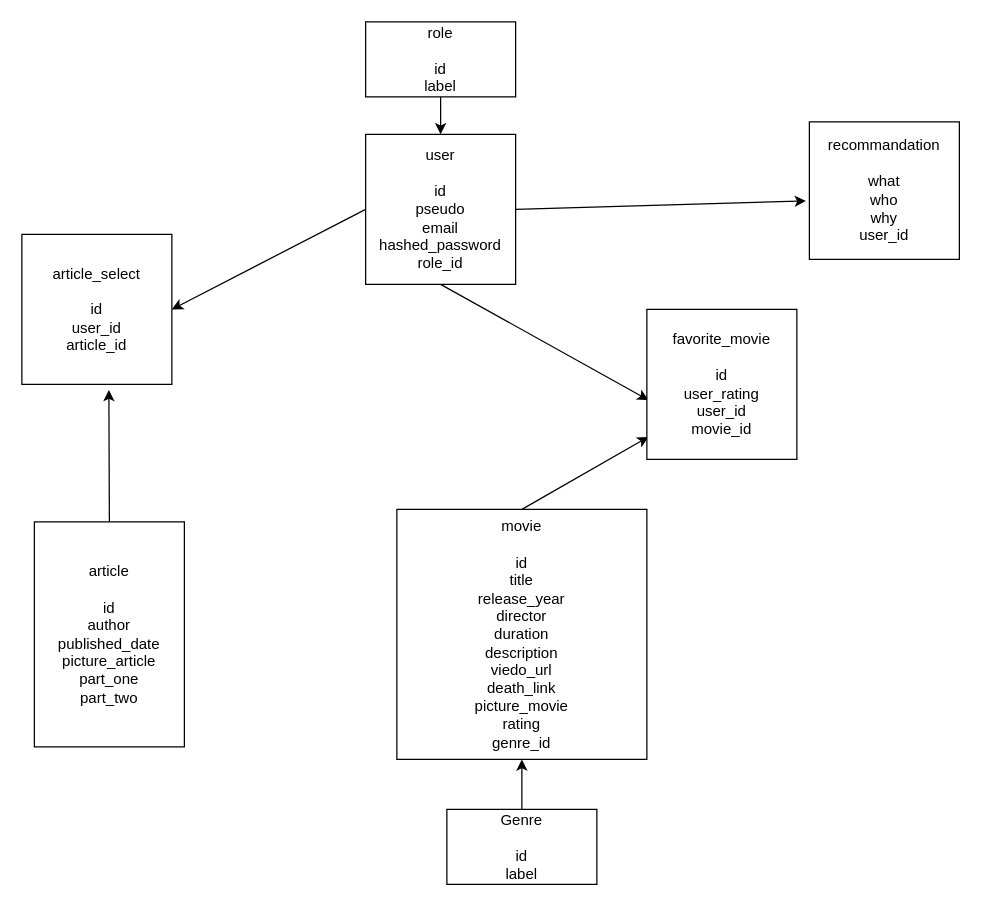
Earlier version of the draw.io diagram server/model/schema.dio (RomainVarra/RetroWild). Source tidied: cells renumbered, new cells numbered last; positions are measured from the earlier drawing's top-left corner, leaving out a move shared by most shapes. Both pictures are drawn from the tidied source at 125%, with x=0, y=0 at pixel (21, 21).
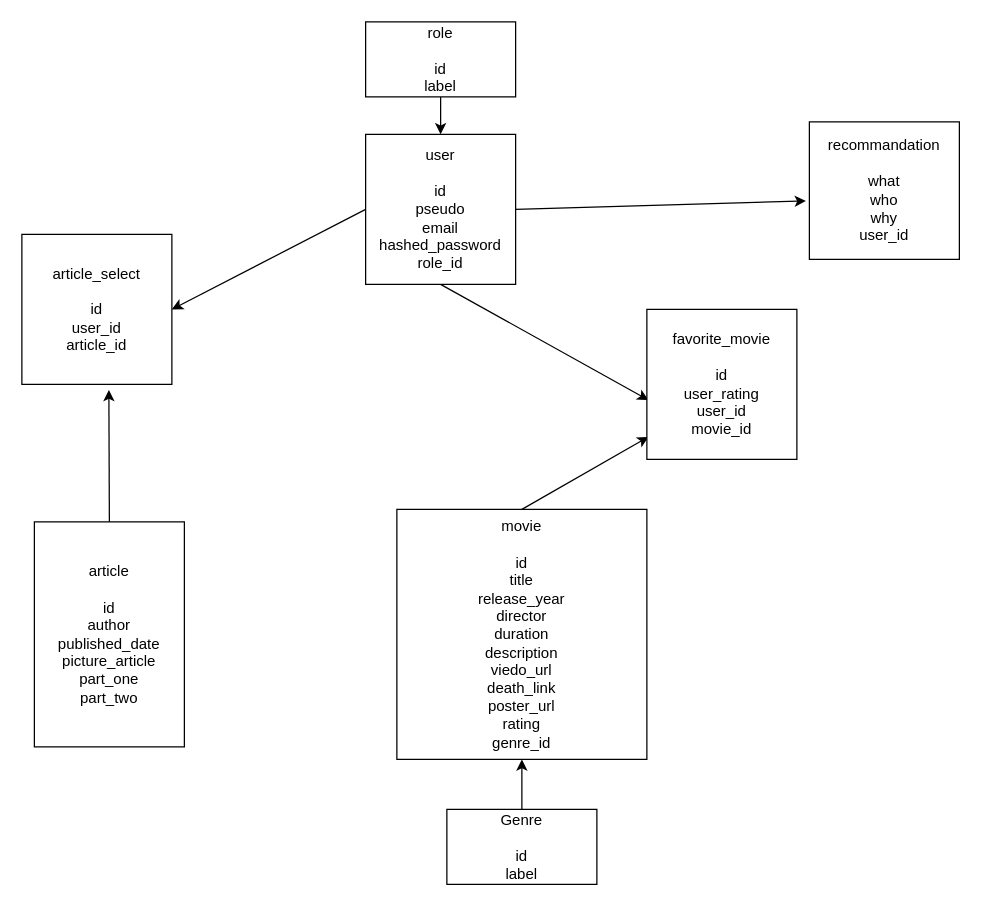
The same page after the edit.

Change to the diagram source:
```diff
@@
 <mxGraphModel>
   <root>
     <mxCell id="0" />
     <mxCell id="1" parent="0" />
     <mxCell id="2" style="edgeStyle=none;html=1;exitX=0.5;exitY=1;exitDx=0;exitDy=0;entryX=0.5;entryY=0;entryDx=0;entryDy=0;" parent="1" edge="1" source="3" target="7">
       <mxGeometry relative="1" as="geometry" />
     </mxCell>
     <mxCell id="3" value="role&lt;br&gt;&lt;br&gt;id&lt;br&gt;label" style="rounded=0;whiteSpace=wrap;html=1;" parent="1" vertex="1">
       <mxGeometry x="275" width="120" height="60" as="geometry" />
     </mxCell>
     <mxCell id="4" style="edgeStyle=none;html=1;exitX=1;exitY=0.5;exitDx=0;exitDy=0;entryX=-0.023;entryY=0.575;entryDx=0;entryDy=0;entryPerimeter=0;" parent="1" edge="1" source="7" target="14">
       <mxGeometry relative="1" as="geometry" />
     </mxCell>
     <mxCell id="5" style="edgeStyle=none;html=1;exitX=0;exitY=0.5;exitDx=0;exitDy=0;entryX=1;entryY=0.5;entryDx=0;entryDy=0;" parent="1" edge="1" source="7" target="16">
       <mxGeometry relative="1" as="geometry" />
     </mxCell>
     <mxCell id="6" style="edgeStyle=none;html=1;exitX=0.5;exitY=1;exitDx=0;exitDy=0;entryX=0.011;entryY=0.605;entryDx=0;entryDy=0;entryPerimeter=0;" parent="1" edge="1" source="7" target="15">
       <mxGeometry relative="1" as="geometry" />
     </mxCell>
     <mxCell id="7" value="user&lt;br&gt;&lt;br&gt;id&lt;br&gt;pseudo&lt;br&gt;email&lt;br&gt;hashed_password&lt;br&gt;role_id" style="rounded=0;whiteSpace=wrap;html=1;" parent="1" vertex="1">
       <mxGeometry x="275" y="90" width="120" height="120" as="geometry" />
     </mxCell>
     <mxCell id="8" style="edgeStyle=none;html=1;exitX=0.5;exitY=0;exitDx=0;exitDy=0;entryX=0.011;entryY=0.85;entryDx=0;entryDy=0;entryPerimeter=0;" parent="1" edge="1" source="9" target="15">
       <mxGeometry relative="1" as="geometry" />
     </mxCell>
-    <mxCell id="9" value="movie&lt;br&gt;&lt;br&gt;id&lt;br&gt;title&lt;br&gt;release_year&lt;br&gt;director&lt;br&gt;duration&lt;br&gt;description&lt;br&gt;viedo_url&lt;br&gt;death_link&lt;br&gt;picture_movie&lt;br&gt;rating&lt;br&gt;genre_id" style="whiteSpace=wrap;html=1;" parent="1" vertex="1">
+    <mxCell id="9" value="movie&lt;br&gt;&lt;br&gt;id&lt;br&gt;title&lt;br&gt;release_year&lt;br&gt;director&lt;br&gt;duration&lt;br&gt;description&lt;br&gt;viedo_url&lt;br&gt;death_link&lt;br&gt;poster_url&lt;br&gt;rating&lt;br&gt;genre_id" style="whiteSpace=wrap;html=1;" parent="1" vertex="1">
       <mxGeometry x="300" y="390" width="200" height="200" as="geometry" />
     </mxCell>
     <mxCell id="10" style="edgeStyle=none;html=1;exitX=0.5;exitY=0;exitDx=0;exitDy=0;entryX=0.5;entryY=1;entryDx=0;entryDy=0;" parent="1" edge="1" source="11" target="9">
       <mxGeometry relative="1" as="geometry" />
     </mxCell>
     <mxCell id="11" value="Genre&lt;br&gt;&lt;br&gt;id&lt;br&gt;label" style="rounded=0;whiteSpace=wrap;html=1;" parent="1" vertex="1">
       <mxGeometry x="340" y="630" width="120" height="60" as="geometry" />
     </mxCell>
     <mxCell id="12" style="edgeStyle=none;html=1;exitX=0.5;exitY=0;exitDx=0;exitDy=0;entryX=0.58;entryY=1.037;entryDx=0;entryDy=0;entryPerimeter=0;" parent="1" edge="1" source="13" target="16">
       <mxGeometry relative="1" as="geometry" />
     </mxCell>
     <mxCell id="13" value="article&lt;br&gt;&lt;br&gt;id&lt;br&gt;author&lt;br&gt;published_date&lt;br&gt;picture_article&lt;br&gt;part_one&lt;br&gt;part_two" style="rounded=0;whiteSpace=wrap;html=1;" parent="1" vertex="1">
       <mxGeometry x="10" y="400" width="120" height="180" as="geometry" />
     </mxCell>
     <mxCell id="14" value="recommandation&lt;br&gt;&lt;br&gt;what&lt;br&gt;who&lt;br&gt;why&lt;br&gt;user_id" style="rounded=0;whiteSpace=wrap;html=1;" parent="1" vertex="1">
       <mxGeometry x="630" y="80" width="120" height="110" as="geometry" />
     </mxCell>
     <mxCell id="15" value="favorite_movie&lt;br&gt;&lt;br&gt;id&lt;br&gt;user_rating&lt;br&gt;user_id&lt;br&gt;movie_id" style="rounded=0;whiteSpace=wrap;html=1;" parent="1" vertex="1">
       <mxGeometry x="500" y="230" width="120" height="120" as="geometry" />
     </mxCell>
     <mxCell id="16" value="article_select&lt;br&gt;&lt;br&gt;id&lt;br&gt;user_id&lt;br&gt;article_id" style="rounded=0;whiteSpace=wrap;html=1;" parent="1" vertex="1">
       <mxGeometry y="170" width="120" height="120" as="geometry" />
     </mxCell>
   </root>
 </mxGraphModel>
```
